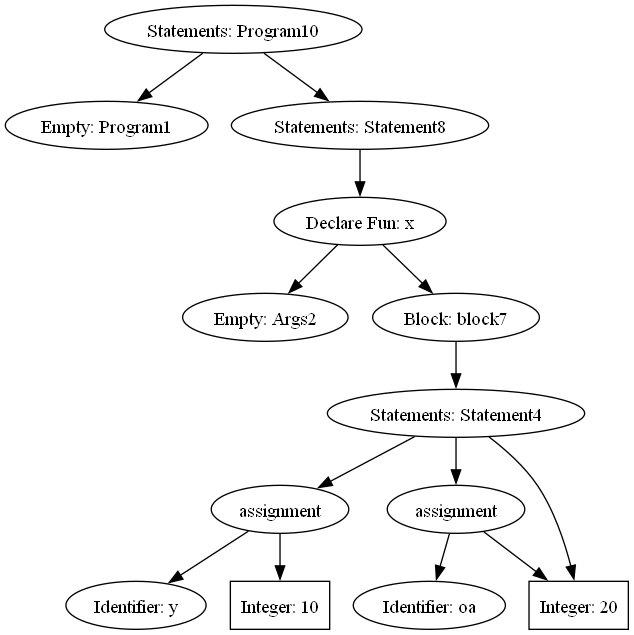
The Graphviz diagram test.png in ironicDude/compiler, before a commit. Its source is kept beside it as test.gv.
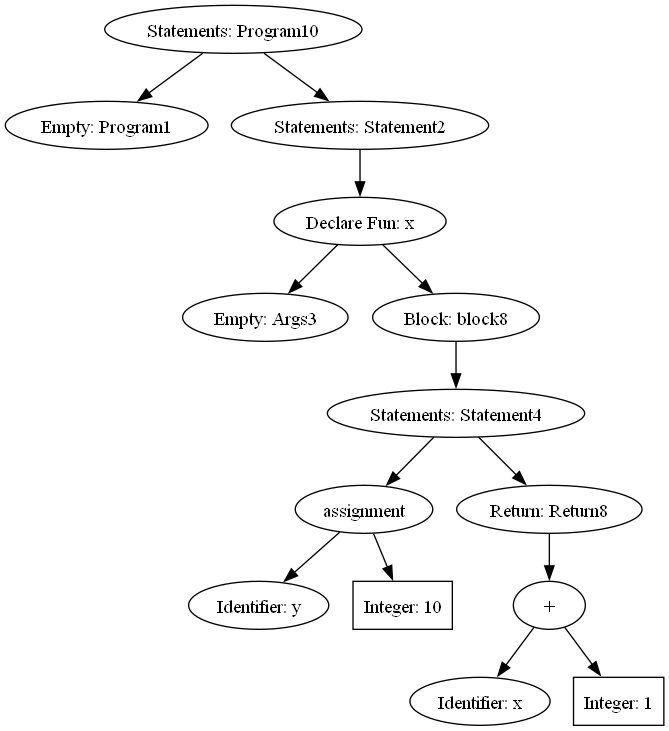
After the commit.

The edit, as a diff of the source:
```diff
@@ -2,28 +2,28 @@
 	Program10 [label="Statements: Program10"]
 	Program10 -> Program1;
 	Program1 [label="Empty: Program1"]
-	Program10 -> Statement8;
-	Statement8 [label="Statements: Statement8"]
-	Statement8 -> x;
+	Program10 -> Statement2;
+	Statement2 [label="Statements: Statement2"]
+	Statement2 -> x;
 	x [label="Declare Fun: x"]
-	x -> Args2;
-	Args2 [label="Empty: Args2"]
-	x -> block7;
-	block7 [label="Block: block7"]
-	block7 -> Statement4;
+	x -> Args3;
+	Args3 [label="Empty: Args3"]
+	x -> block8;
+	block8 [label="Block: block8"]
+	block8 -> Statement4;
 	Statement4 [label="Statements: Statement4"]
-	Statement4 -> assignment4;
-	assignment4 [label="assignment"]
-	assignment4 -> identifire3;
-	identifire3 [label="Identifier: y"]
-	assignment4 -> INTEGER2;
+	Statement4 -> assignment6;
+	assignment6 [label="assignment"]
+	assignment6 -> identifire5;
+	identifire5 [label="Identifier: y"]
+	assignment6 -> INTEGER2;
 	INTEGER2 [shape=box,label="Integer: 10"]
-	Statement4 -> assignment7;
-	assignment7 [label="assignment"]
-	assignment7 -> identifire6;
-	identifire6 [label="Identifier: oa"]
-	assignment7 -> INTEGER4;
-	INTEGER4 [shape=box,label="Integer: 20"]
-	Statement4 -> INTEGER4;
-	INTEGER4 [shape=box,label="Integer: 20"]
+	Statement4 -> Return8;
+	Return8 [label="Return: Return8"]
+	Return8 -> BinaryExpression_identifire7PLUSINTEGER4;
+	BinaryExpression_identifire7PLUSINTEGER4 [label="+"]
+	BinaryExpression_identifire7PLUSINTEGER4 -> identifire7;
+	identifire7 [label="Identifier: x"]
+	BinaryExpression_identifire7PLUSINTEGER4 -> INTEGER4;
+	INTEGER4 [shape=box,label="Integer: 1"]
 }
```
